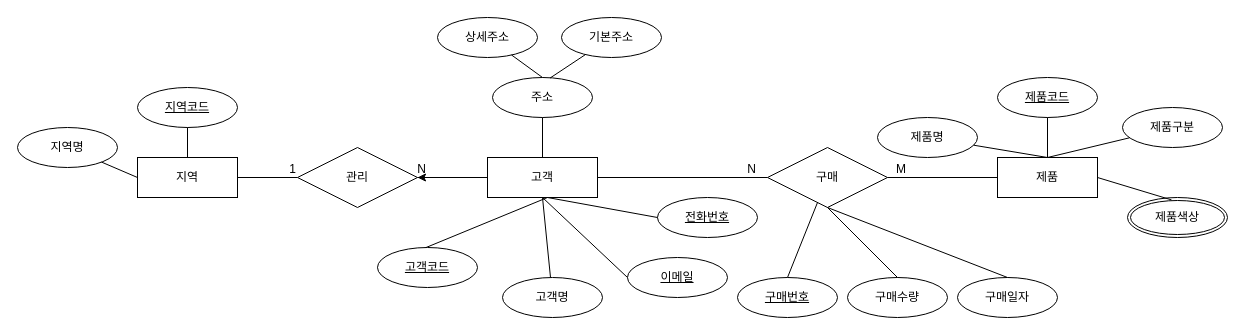
This is erd.drawio from jongbao/ERD, a draw.io file, before an edit. Source tidied: cells renumbered, new cells numbered last; positions are measured from the earlier drawing's top-left corner, leaving out a move shared by most shapes. Both pictures are drawn from the tidied source at 100%, with x=0, y=0 at pixel (17, 17).
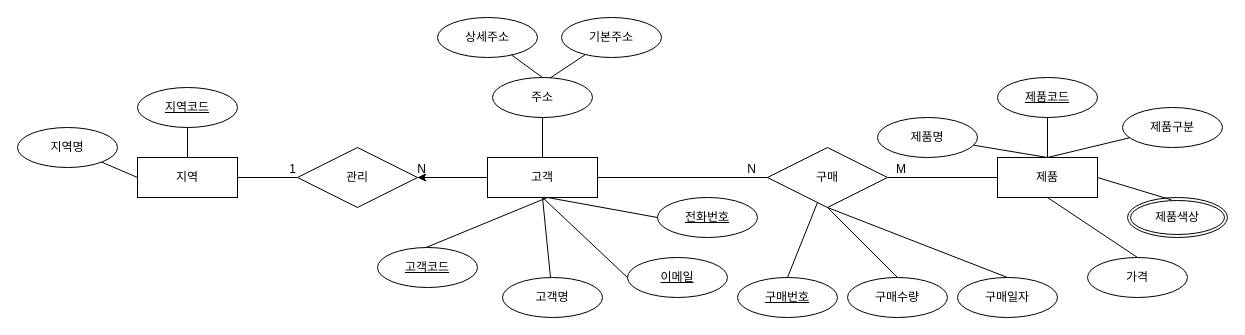
The same page after the edit.

The change refers to these unchanged cells:
```xml
<mxCell id="24" value="제품" style="whiteSpace=wrap;html=1;align=center;" parent="1" vertex="1">
  <mxGeometry x="980" y="140" width="100" height="40" as="geometry" />
</mxCell>
```

Diff of the diagram source:
```diff
@@
+    <mxCell id="49" value="가격" style="ellipse;whiteSpace=wrap;html=1;align=center;" parent="1" vertex="1">
+      <mxGeometry x="1070" y="240" width="100" height="40" as="geometry" />
+    </mxCell>
+    <mxCell id="50" style="endArrow=none;html=1;rounded=0;entryX=0.5;entryY=0;entryDx=0;entryDy=0;exitX=0.5;exitY=1;exitDx=0;exitDy=0;" parent="1" edge="1" source="24" target="49">
+      <mxGeometry relative="1" as="geometry" />
+    </mxCell>
```
